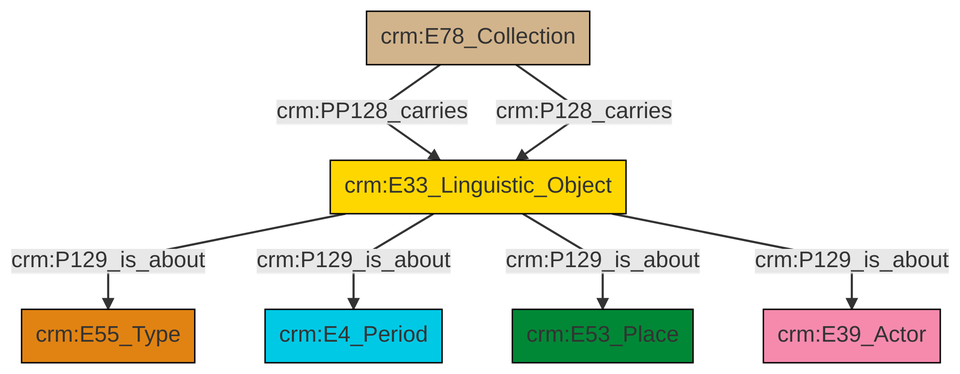
swiss-art-research-net/docs.swissartresearch keeps this Mermaid diagram as et/archivalCSV/ttl/mmd/png/archival_aboutness.png. Above is the earlier version. Its source is kept beside it as et/archivalCSV/ttl/mmd/archival_aboutness.ttl.mmd.
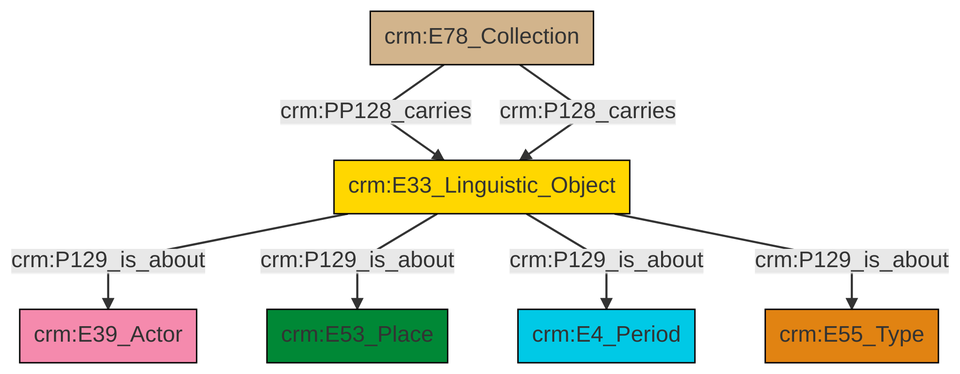
Above is the later version.

The edit, as a diff of the source:
```diff
@@ -13,9 +13,9 @@
 classDef PC_Classes fill:#4ce600, stroke:#000000;
 classDef Multi fill:#cccccc,stroke:#000000;
 
-2["crm:E78_Collection"]:::Physical_Thing -->|crm:PP128_carries| 3["crm:E33_Linguistic_Object"]:::Conceptual_Object
-3["crm:E33_Linguistic_Object"]:::Conceptual_Object -->|crm:P129_is_about| 4["crm:E55_Type"]:::Type
-3["crm:E33_Linguistic_Object"]:::Conceptual_Object -->|crm:P129_is_about| 0["crm:E4_Period"]:::Temporal_Entity
-2["crm:E78_Collection"]:::Physical_Thing -->|crm:P128_carries| 3["crm:E33_Linguistic_Object"]:::Conceptual_Object
-3["crm:E33_Linguistic_Object"]:::Conceptual_Object -->|crm:P129_is_about| 7["crm:E53_Place"]:::Place
-3["crm:E33_Linguistic_Object"]:::Conceptual_Object -->|crm:P129_is_about| 8["crm:E39_Actor"]:::Actor
+8["crm:E78_Collection"]:::Physical_Thing -->|crm:PP128_carries| 6["crm:E33_Linguistic_Object"]:::Conceptual_Object
+6["crm:E33_Linguistic_Object"]:::Conceptual_Object -->|crm:P129_is_about| 10["crm:E39_Actor"]:::Actor
+6["crm:E33_Linguistic_Object"]:::Conceptual_Object -->|crm:P129_is_about| 2["crm:E53_Place"]:::Place
+6["crm:E33_Linguistic_Object"]:::Conceptual_Object -->|crm:P129_is_about| 4["crm:E4_Period"]:::Temporal_Entity
+8["crm:E78_Collection"]:::Physical_Thing -->|crm:P128_carries| 6["crm:E33_Linguistic_Object"]:::Conceptual_Object
+6["crm:E33_Linguistic_Object"]:::Conceptual_Object -->|crm:P129_is_about| 0["crm:E55_Type"]:::Type
```
